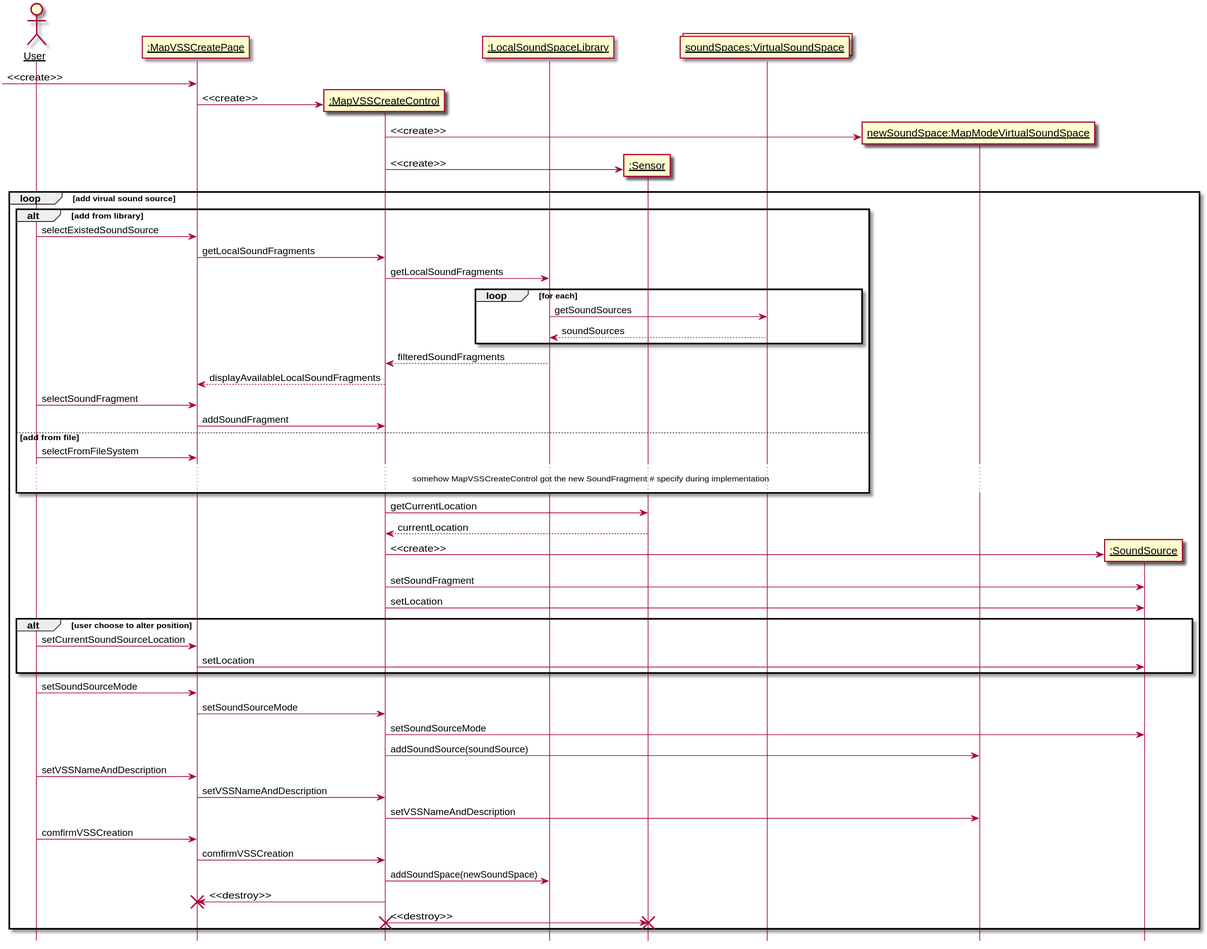
kpp19920121/doc keeps this PlantUML diagram as 需求定义和分析/CreateMapModeVSS.svg. Above is the earlier version.
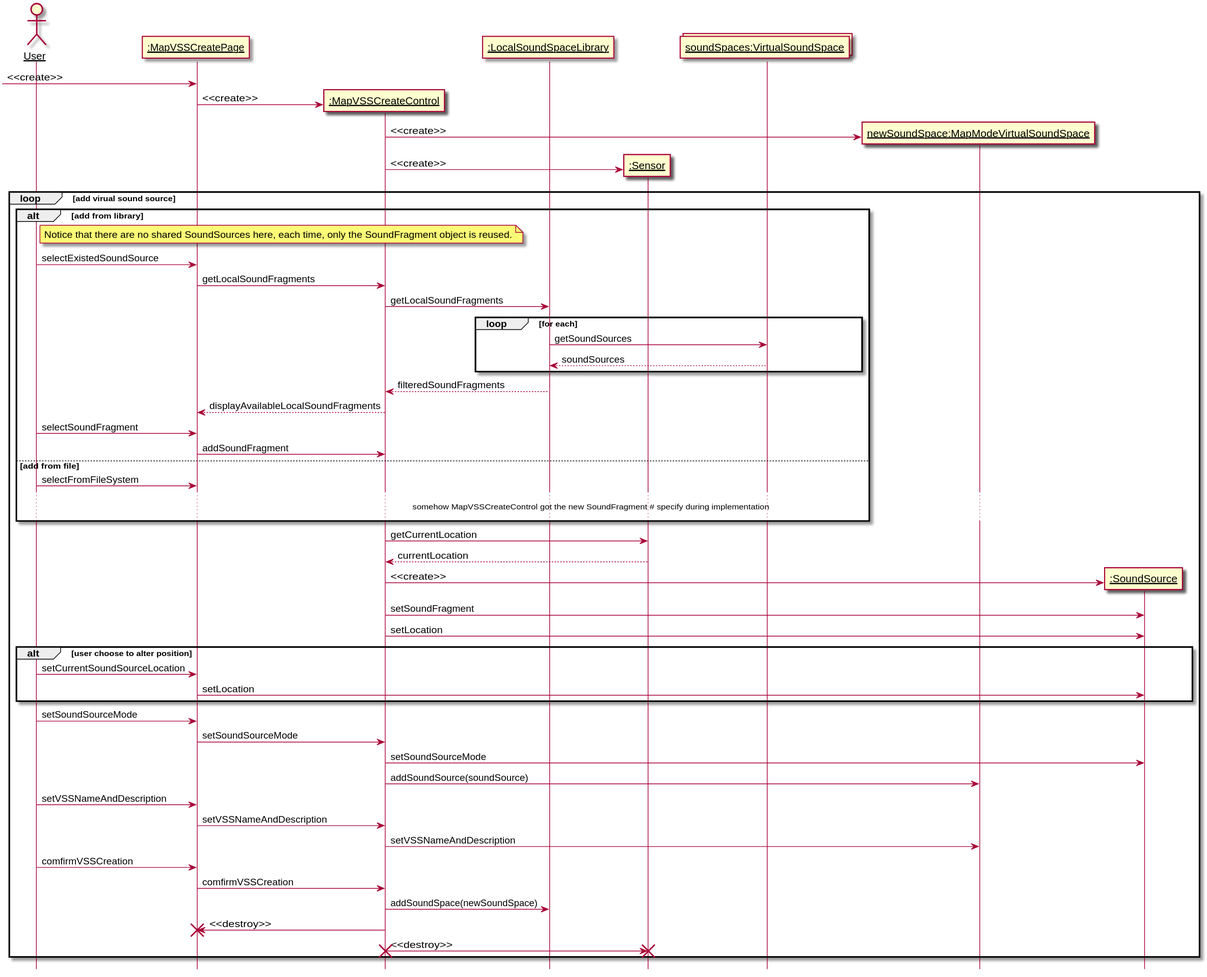
The same diagram one commit later.

What changed in the source:
```diff
@@ -21,6 +21,7 @@
 createcontrol -> sensor: <<create>>
 loop add virual sound source
     alt add from library
+        note right of user: Notice that there are no shared SoundSources here, each time, only the SoundFragment object is reused.
         user -> createboundary: selectExistedSoundSource
         createboundary -> createcontrol: getLocalSoundFragments
         createcontrol -> library: getLocalSoundFragments
```
